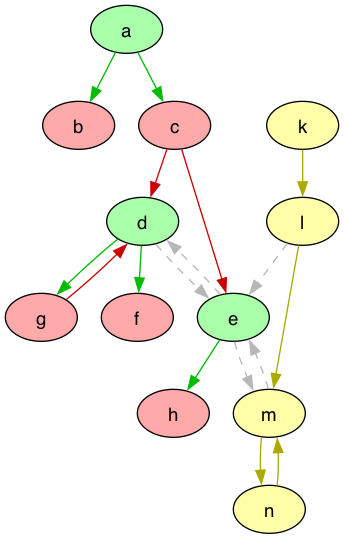
idaks/Games-and-Argumentation-AI3 keeps this Graphviz diagram as graphs/game_graph_colored.png. Above is the earlier version. Its source is kept beside it as graphs/game_graph_colored.dot.
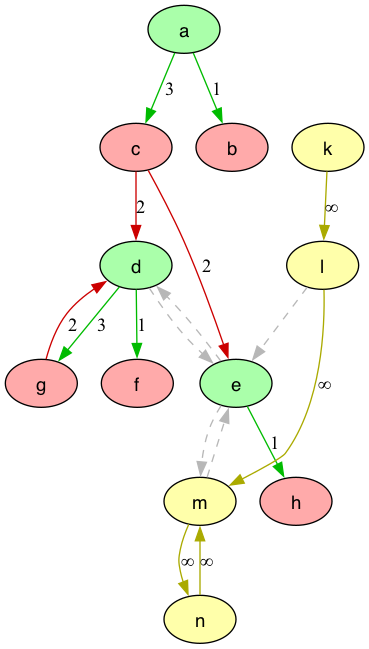
The same diagram one commit later.

Diff of the diagram source:
```diff
@@ -3,23 +3,24 @@
   node [fillcolor="#AAFFAA" fontcolor="#000000"] a d e;
   node [fillcolor="#FFAAAA" fontcolor="#000000"] c b f g h;
   node [fillcolor="#FFFFAA" fontcolor="#000000"] m k l n;
-  edge [dir=forward, color="#00BB00", style="solid"]
+  edge [dir=forward, color="#00BB00", style="solid", label="3"]
         "a" -> "c";
+        "d" -> "g";
+  edge [dir=forward, color="#00BB00", style="solid", label="1"]
         "a" -> "b";
         "d" -> "f";
-        "d" -> "g";
         "e" -> "h";
-  edge [dir=forward, color="#CC0000", style="solid"]
+  edge [dir=forward, color="#CC0000", style="solid", label="2"]
         "c" -> "d";
         "c" -> "e";
         "g" -> "d";
-  edge [dir=forward, color="#b7b7b7", style="dashed"]
+  edge [dir=forward, color="#b7b7b7", style="dashed", label=" "]
         "d" -> "e";
         "e" -> "d";
         "e" -> "m";
         "l" -> "e";
         "m" -> "e";
-  edge [dir=forward, color="#AAAA00", style="solid"]
+  edge [dir=forward, color="#AAAA00", style="solid", label="∞"]
         "k" -> "l";
         "l" -> "m";
         "m" -> "n";
```
